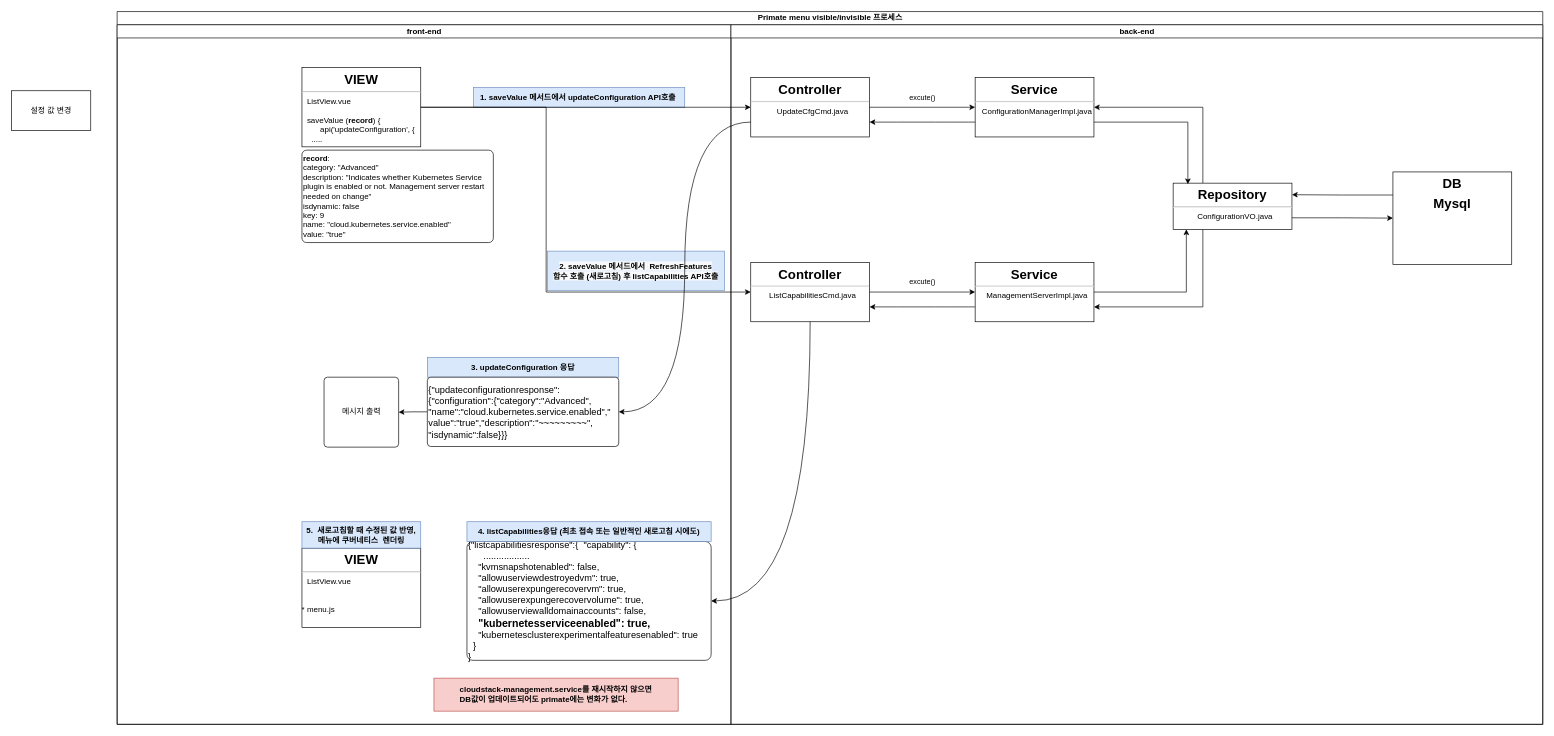
Above: kuber메뉴.drawio in stardom3645/wiki (draw.io), before the change. Source tidied: cells renumbered, new cells numbered last; positions are measured from the earlier drawing's top-left corner, leaving out a move shared by most shapes. Both pictures are drawn from the tidied source at 66%, with x=0, y=0 at pixel (11, 11).
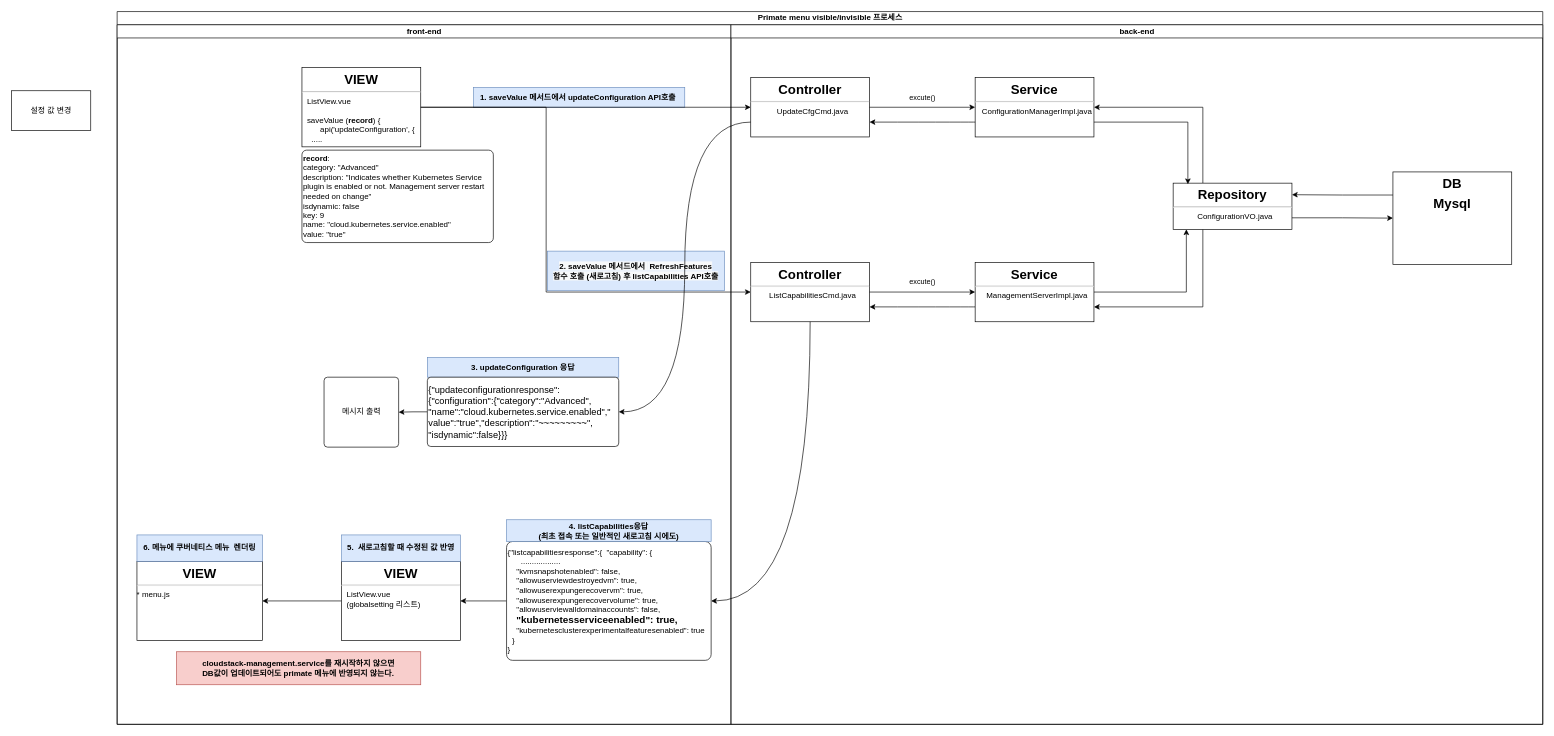
The same page after the edit.

Commit message:
kuber메뉴.drawio 업데이트

Unchanged cells that the change refers to:
```xml
<mxCell id="3" value="front-end" style="swimlane;html=1;startSize=20;" parent="2" vertex="1">
  <mxGeometry y="20" width="930" height="1060" as="geometry" />
</mxCell>
```

What changed in the source:
```diff
@@
+    <mxCell id="39" style="edgeStyle=orthogonalEdgeStyle;rounded=0;jettySize=auto;html=1;exitX=0;exitY=0.5;exitDx=0;exitDy=0;entryX=1;entryY=0.5;entryDx=0;entryDy=0;" parent="3" edge="1" source="8" target="41">
+      <mxGeometry relative="1" as="geometry" />
+    </mxCell>
-    <mxCell id="8" value="&lt;p style=&quot;margin: 0px ; margin-top: 6px ; text-align: center&quot;&gt;&lt;b&gt;&lt;font style=&quot;font-size: 20px&quot;&gt;VIEW&lt;/font&gt;&lt;/b&gt;&lt;/p&gt;&lt;hr&gt;&lt;p style=&quot;margin: 0px ; margin-left: 8px&quot;&gt;&lt;span style=&quot;text-align: center&quot;&gt;ListView.vue&lt;/span&gt;&lt;br&gt;&lt;/p&gt;&lt;p style=&quot;margin: 0px ; margin-left: 8px&quot;&gt;&lt;br&gt;&lt;/p&gt;&lt;p style=&quot;margin: 0px ; margin-left: 8px&quot;&gt;&lt;br&gt;&lt;/p&gt;&lt;span style=&quot;text-align: center&quot;&gt;* menu.js&lt;/span&gt;&lt;p style=&quot;margin: 0px ; margin-left: 8px&quot;&gt;&lt;br&gt;&lt;/p&gt;" style="align=left;overflow=fill;html=1;" parent="3" vertex="1">
-      <mxGeometry x="280" y="793" width="180" height="120" as="geometry" />
+    <mxCell id="8" value="&lt;p style=&quot;margin: 0px ; margin-top: 6px ; text-align: center&quot;&gt;&lt;b&gt;&lt;font style=&quot;font-size: 20px&quot;&gt;VIEW&lt;/font&gt;&lt;/b&gt;&lt;/p&gt;&lt;hr&gt;&lt;p style=&quot;margin: 0px ; margin-left: 8px&quot;&gt;&lt;span style=&quot;text-align: center&quot;&gt;ListView.vue&lt;/span&gt;&lt;br&gt;&lt;/p&gt;&lt;p style=&quot;margin: 0px ; margin-left: 8px&quot;&gt;&lt;span style=&quot;text-align: center&quot;&gt;(&lt;/span&gt;&lt;span style=&quot;text-align: center&quot;&gt;globalsetting 리스트)&lt;/span&gt;&lt;/p&gt;" style="align=left;overflow=fill;html=1;" parent="3" vertex="1">
+      <mxGeometry x="340" y="813" width="180" height="120" as="geometry" />
     </mxCell>
@@
+    <mxCell id="40" style="edgeStyle=orthogonalEdgeStyle;rounded=0;jettySize=auto;html=1;exitX=0;exitY=0.5;exitDx=0;exitDy=0;" parent="3" edge="1" source="11" target="8">
+      <mxGeometry relative="1" as="geometry" />
+    </mxCell>
-    <mxCell id="11" value="&lt;font&gt;&lt;span style=&quot;font-size: 14px&quot;&gt;{&quot;listcapabilitiesresponse&quot;:&lt;/span&gt;&lt;span style=&quot;font-size: 14px&quot;&gt;{&lt;/span&gt;&lt;span style=&quot;font-size: 14px&quot;&gt;&amp;nbsp; &quot;capability&quot;: {&lt;/span&gt;&lt;span style=&quot;font-size: 14px&quot;&gt;&lt;br&gt;&lt;/span&gt;&lt;div&gt;&lt;span style=&quot;font-size: 14px&quot;&gt;&lt;span&gt;&lt;/span&gt;&amp;nbsp; &amp;nbsp; &amp;nbsp; ..................&lt;/span&gt;&lt;/div&gt;&lt;div&gt;&lt;span style=&quot;font-size: 14px&quot;&gt;&amp;nbsp; &amp;nbsp; &quot;kvmsnapshotenabled&quot;: false,&lt;/span&gt;&lt;/div&gt;&lt;div&gt;&lt;span style=&quot;font-size: 14px&quot;&gt;&amp;nbsp; &amp;nbsp; &quot;allowuserviewdestroyedvm&quot;: true,&lt;/span&gt;&lt;/div&gt;&lt;div&gt;&lt;span style=&quot;font-size: 14px&quot;&gt;&amp;nbsp; &amp;nbsp; &quot;allowuserexpungerecovervm&quot;: true,&lt;/span&gt;&lt;/div&gt;&lt;div&gt;&lt;span style=&quot;font-size: 14px&quot;&gt;&amp;nbsp; &amp;nbsp; &quot;allowuserexpungerecovervolume&quot;: true,&lt;/span&gt;&lt;/div&gt;&lt;div&gt;&lt;span style=&quot;font-size: 14px&quot;&gt;&amp;nbsp; &amp;nbsp; &quot;allowuserviewalldomainaccounts&quot;: false,&lt;/span&gt;&lt;/div&gt;&lt;div&gt;&lt;span style=&quot;font-size: 14px&quot;&gt;&amp;nbsp; &amp;nbsp; &lt;/span&gt;&lt;b&gt;&lt;font style=&quot;font-size: 16px&quot;&gt;&quot;kubernetesserviceenabled&quot;: true,&lt;/font&gt;&lt;/b&gt;&lt;/div&gt;&lt;div&gt;&lt;span style=&quot;font-size: 14px&quot;&gt;&amp;nbsp; &amp;nbsp; &quot;kubernetesclusterexperimentalfeaturesenabled&quot;: true&lt;/span&gt;&lt;/div&gt;&lt;div&gt;&lt;span style=&quot;font-size: 14px&quot;&gt;&amp;nbsp; }&lt;/span&gt;&lt;/div&gt;&lt;span style=&quot;font-size: 14px&quot;&gt;}&lt;/span&gt;&lt;span style=&quot;font-size: 14px&quot;&gt;&amp;nbsp;&lt;/span&gt;&lt;br&gt;&lt;/font&gt;" style="rounded=1;whiteSpace=wrap;html=1;strokeColor=#000000;align=left;arcSize=5;" parent="3" vertex="1">
-      <mxGeometry x="530" y="783" width="370" height="180" as="geometry" />
+    <mxCell id="11" value="&lt;font&gt;&lt;span style=&quot;font-size: 12px&quot;&gt;{&quot;listcapabilitiesresponse&quot;:&lt;/span&gt;&lt;span style=&quot;font-size: 12px&quot;&gt;{&lt;/span&gt;&lt;span style=&quot;font-size: 12px&quot;&gt;&amp;nbsp; &quot;capability&quot;: {&lt;/span&gt;&lt;span style=&quot;font-size: 12px&quot;&gt;&lt;br&gt;&lt;/span&gt;&lt;div style=&quot;font-size: 12px&quot;&gt;&lt;span&gt;&lt;span&gt;&lt;/span&gt;&amp;nbsp; &amp;nbsp; &amp;nbsp; ..................&lt;/span&gt;&lt;/div&gt;&lt;div style=&quot;font-size: 12px&quot;&gt;&lt;span&gt;&amp;nbsp; &amp;nbsp; &quot;kvmsnapshotenabled&quot;: false,&lt;/span&gt;&lt;/div&gt;&lt;div style=&quot;font-size: 12px&quot;&gt;&lt;span&gt;&amp;nbsp; &amp;nbsp; &quot;allowuserviewdestroyedvm&quot;: true,&lt;/span&gt;&lt;/div&gt;&lt;div style=&quot;font-size: 12px&quot;&gt;&lt;span&gt;&amp;nbsp; &amp;nbsp; &quot;allowuserexpungerecovervm&quot;: true,&lt;/span&gt;&lt;/div&gt;&lt;div style=&quot;font-size: 12px&quot;&gt;&lt;span&gt;&amp;nbsp; &amp;nbsp; &quot;allowuserexpungerecovervolume&quot;: true,&lt;/span&gt;&lt;/div&gt;&lt;div style=&quot;font-size: 12px&quot;&gt;&lt;span&gt;&amp;nbsp; &amp;nbsp; &quot;allowuserviewalldomainaccounts&quot;: false,&lt;/span&gt;&lt;/div&gt;&lt;div&gt;&lt;span style=&quot;font-size: 12px&quot;&gt;&amp;nbsp; &amp;nbsp; &lt;/span&gt;&lt;b&gt;&lt;font style=&quot;font-size: 15px&quot;&gt;&quot;kubernetesserviceenabled&quot;: true,&lt;/font&gt;&lt;/b&gt;&lt;/div&gt;&lt;div style=&quot;font-size: 12px&quot;&gt;&lt;span&gt;&amp;nbsp; &amp;nbsp; &quot;kubernetesclusterexperimentalfeaturesenabled&quot;: true&lt;/span&gt;&lt;/div&gt;&lt;div style=&quot;font-size: 12px&quot;&gt;&lt;span&gt;&amp;nbsp; }&lt;/span&gt;&lt;/div&gt;&lt;span style=&quot;font-size: 12px&quot;&gt;}&lt;/span&gt;&lt;span style=&quot;font-size: 12px&quot;&gt;&amp;nbsp;&lt;/span&gt;&lt;br&gt;&lt;/font&gt;" style="rounded=1;whiteSpace=wrap;html=1;strokeColor=#000000;align=left;arcSize=5;" parent="3" vertex="1">
+      <mxGeometry x="590" y="783" width="310" height="180" as="geometry" />
     </mxCell>
-    <mxCell id="12" value="&lt;span style=&quot;text-align: left&quot;&gt;4.&amp;nbsp;&lt;/span&gt;listCapabilities&lt;span style=&quot;text-align: left&quot;&gt;응답 (최초 접속 또는 일반적인 새로고침 시에도)&lt;/span&gt;" style="text;html=1;strokeColor=#6c8ebf;fillColor=#dae8fc;align=center;verticalAlign=middle;whiteSpace=wrap;rounded=0;fontStyle=1;" parent="3" vertex="1">
-      <mxGeometry x="530" y="753" width="370" height="30" as="geometry" />
+    <mxCell id="12" value="&lt;span style=&quot;text-align: left&quot;&gt;4.&amp;nbsp;&lt;/span&gt;listCapabilities&lt;span style=&quot;text-align: left&quot;&gt;응답 &lt;br&gt;(최초 접속 또는 일반적인 새로고침 시에도)&lt;/span&gt;" style="text;html=1;strokeColor=#6c8ebf;fillColor=#dae8fc;align=center;verticalAlign=middle;whiteSpace=wrap;rounded=0;fontStyle=1;" parent="3" vertex="1">
+      <mxGeometry x="590" y="750" width="310" height="33" as="geometry" />
     </mxCell>
@@
-    <mxCell id="14" value="&lt;span style=&quot;text-align: left&quot;&gt;5.&amp;nbsp; 새로고침할 때 수정된 값 반영, &lt;br&gt;메뉴에 쿠버네티스&amp;nbsp; 렌더링&lt;/span&gt;" style="text;html=1;strokeColor=#6c8ebf;fillColor=#dae8fc;align=center;verticalAlign=middle;whiteSpace=wrap;rounded=0;fontStyle=1;" parent="3" vertex="1">
-      <mxGeometry x="280" y="753" width="180" height="40" as="geometry" />
+    <mxCell id="14" value="&lt;span style=&quot;text-align: left&quot;&gt;5.&amp;nbsp; 새로고침할 때 수정된 값 반영&lt;/span&gt;" style="text;html=1;strokeColor=#6c8ebf;fillColor=#dae8fc;align=center;verticalAlign=middle;whiteSpace=wrap;rounded=0;fontStyle=1;" parent="3" vertex="1">
+      <mxGeometry x="340" y="773" width="180" height="40" as="geometry" />
     </mxCell>
@@
-    <mxCell id="16" value="&lt;div style=&quot;text-align: left&quot;&gt;&lt;span&gt;cloudstack-management.service를 재시작하지 않으면&lt;br&gt;DB값이 업데이트되어도 primate에는 변화가 없다.&lt;/span&gt;&lt;/div&gt;" style="text;html=1;strokeColor=#b85450;fillColor=#f8cecc;align=center;verticalAlign=middle;whiteSpace=wrap;rounded=0;fontStyle=1;" parent="3" vertex="1">
-      <mxGeometry x="480" y="990" width="370" height="50" as="geometry" />
+    <mxCell id="16" value="&lt;div style=&quot;text-align: left&quot;&gt;&lt;span&gt;cloudstack-management.service를 재시작하지 않으면&lt;br&gt;DB값이 업데이트되어도 primate 메뉴에 반영되지 않는다.&lt;/span&gt;&lt;/div&gt;" style="text;html=1;strokeColor=#b85450;fillColor=#f8cecc;align=center;verticalAlign=middle;whiteSpace=wrap;rounded=0;fontStyle=1;" parent="3" vertex="1">
+      <mxGeometry x="90" y="950" width="370" height="50" as="geometry" />
     </mxCell>
+    <mxCell id="41" value="&lt;p style=&quot;margin: 0px ; margin-top: 6px ; text-align: center&quot;&gt;&lt;b&gt;&lt;font style=&quot;font-size: 20px&quot;&gt;VIEW&lt;/font&gt;&lt;/b&gt;&lt;/p&gt;&lt;hr&gt;&lt;p style=&quot;margin: 0px ; margin-left: 8px&quot;&gt;&lt;/p&gt;&lt;span style=&quot;text-align: center&quot;&gt;* menu.js&lt;/span&gt;&lt;p style=&quot;margin: 0px ; margin-left: 8px&quot;&gt;&lt;br&gt;&lt;/p&gt;" style="align=left;overflow=fill;html=1;" parent="3" vertex="1">
+      <mxGeometry x="30" y="813" width="190" height="120" as="geometry" />
+    </mxCell>
+    <mxCell id="42" value="&lt;span style=&quot;text-align: left&quot;&gt;6.&amp;nbsp;메뉴에 쿠버네티스 메뉴&amp;nbsp; 렌더링&lt;/span&gt;" style="text;html=1;strokeColor=#6c8ebf;fillColor=#dae8fc;align=center;verticalAlign=middle;whiteSpace=wrap;rounded=0;fontStyle=1;" parent="3" vertex="1">
+      <mxGeometry x="30" y="773" width="190" height="40" as="geometry" />
+    </mxCell>
```
